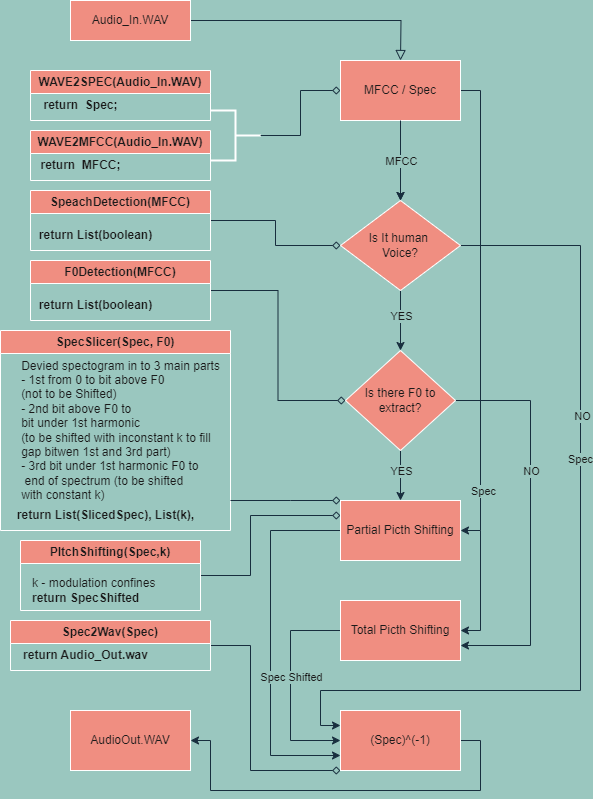
This is Architecture_Diagram.drawio.png from jkbytnar/Helium-Speech-Effect, a draw.io export, as it was before one commit. Source tidied: cells renumbered, new cells last; positions are measured from the earlier drawing's top-left corner, leaving out a move shared by most shapes.
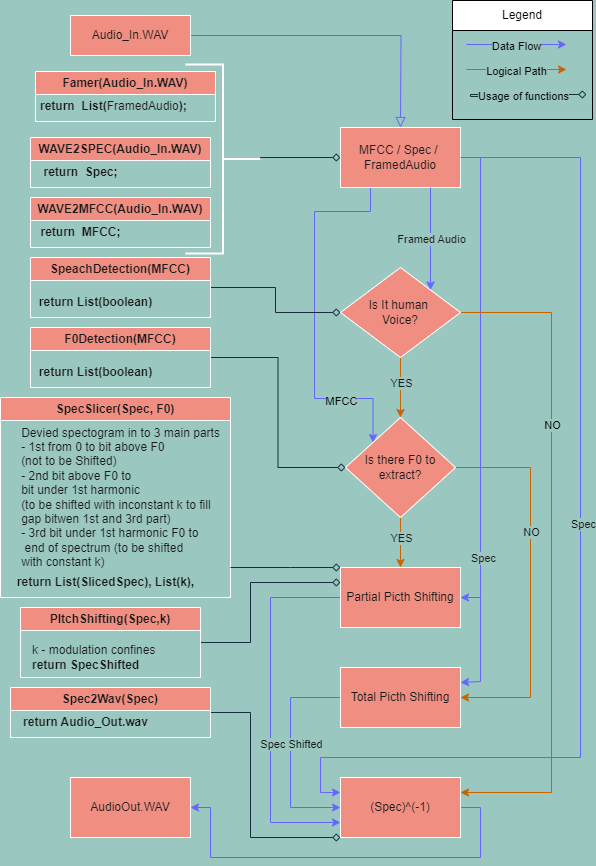
The same diagram one commit later.

Diff of the diagram source:
```diff
@@ -2,20 +2,30 @@
   <root>
     <mxCell id="0" />
     <mxCell id="1" parent="0" />
-    <mxCell id="2" style="rounded=0;html=1;jettySize=auto;fontSize=11;endArrow=block;endFill=0;endSize=8;strokeWidth=1;shadow=0;labelBackgroundColor=none;edgeStyle=orthogonalEdgeStyle;fontColor=default;strokeColor=#182E3E;" parent="1" edge="1" source="3">
+    <mxCell id="2" style="rounded=0;html=1;jettySize=auto;fontSize=11;endArrow=block;endFill=0;endSize=8;strokeWidth=1;shadow=0;labelBackgroundColor=none;edgeStyle=orthogonalEdgeStyle;fontColor=default;strokeColor=#6666FF;" parent="1" edge="1" source="3">
       <mxGeometry relative="1" as="geometry">
         <mxPoint x="400" y="60" as="targetPoint" />
       </mxGeometry>
     </mxCell>
     <mxCell id="3" value="Audio_In.WAV" style="rounded=0;whiteSpace=wrap;html=1;fontSize=12;glass=0;strokeWidth=1;shadow=0;labelBackgroundColor=none;fillColor=#F08E81;strokeColor=#FFFFFF;fontColor=#1A1A1A;" parent="1" vertex="1">
-      <mxGeometry x="70" width="120" height="40" as="geometry" />
+      <mxGeometry x="70" y="-52" width="120" height="40" as="geometry" />
     </mxCell>
-    <mxCell id="4" style="edgeStyle=orthogonalEdgeStyle;rounded=0;jettySize=auto;html=1;exitX=0.5;exitY=1;exitDx=0;exitDy=0;labelBackgroundColor=none;fontColor=default;strokeColor=#182E3E;" parent="1" edge="1" source="7">
+    <mxCell id="4" style="edgeStyle=orthogonalEdgeStyle;rounded=0;jettySize=auto;html=1;exitX=0.25;exitY=1;exitDx=0;exitDy=0;labelBackgroundColor=none;fontColor=default;strokeColor=#6666FF;entryX=0;entryY=0;entryDx=0;entryDy=0;fillColor=#f5f5f5;" parent="1" edge="1" source="7" target="29">
       <mxGeometry relative="1" as="geometry">
-        <mxPoint x="400" y="200" as="targetPoint" />
+        <Array as="points">
+          <mxPoint x="370" y="144" />
+          <mxPoint x="314" y="144" />
+          <mxPoint x="314" y="331" />
+          <mxPoint x="373" y="331" />
+        </Array>
       </mxGeometry>
     </mxCell>
+    <mxCell id="52" value="MFCC" style="edgeLabel;html=1;align=center;verticalAlign=middle;labelBackgroundColor=#9AC7BF;" parent="4" vertex="1">
+      <mxGeometry x="0.54" relative="1" as="geometry">
+        <mxPoint x="8" y="2" as="offset" />
+      </mxGeometry>
+    </mxCell>
-    <mxCell id="5" style="edgeStyle=orthogonalEdgeStyle;rounded=0;jettySize=auto;html=1;exitX=1;exitY=0.5;exitDx=0;exitDy=0;entryX=1;entryY=0.5;entryDx=0;entryDy=0;labelBackgroundColor=none;fontColor=default;strokeColor=#182E3E;" parent="1" edge="1" source="7" target="34">
+    <mxCell id="5" style="edgeStyle=orthogonalEdgeStyle;rounded=0;jettySize=auto;html=1;exitX=1;exitY=0.5;exitDx=0;exitDy=0;entryX=1;entryY=0.5;entryDx=0;entryDy=0;labelBackgroundColor=none;fontColor=default;strokeColor=#6666FF;fillColor=#f5f5f5;" parent="1" edge="1" source="7" target="34">
       <mxGeometry relative="1" as="geometry">
         <Array as="points">
           <mxPoint x="480" y="90" />
@@ -28,7 +38,7 @@
         <mxPoint y="82" as="offset" />
       </mxGeometry>
     </mxCell>
-    <mxCell id="7" value="MFCC / Spec" style="rounded=0;whiteSpace=wrap;html=1;labelBackgroundColor=none;fillColor=#F08E81;strokeColor=#FFFFFF;fontColor=#1A1A1A;" parent="1" vertex="1">
+    <mxCell id="7" value="MFCC / Spec /&amp;nbsp;&lt;br&gt;FramedAudio" style="rounded=0;whiteSpace=wrap;html=1;labelBackgroundColor=none;fillColor=#F08E81;strokeColor=#FFFFFF;fontColor=#1A1A1A;" parent="1" vertex="1">
       <mxGeometry x="340" y="60" width="120" height="60" as="geometry" />
     </mxCell>
     <mxCell id="8" value="WAVE2SPEC(Audio_In.WAV)" style="swimlane;whiteSpace=wrap;html=1;rounded=0;labelBackgroundColor=none;fillColor=#F08E81;strokeColor=#FFFFFF;fontColor=#1A1A1A;" parent="1" vertex="1">
@@ -44,12 +54,16 @@
       <mxGeometry y="20" width="100" height="30" as="geometry" />
     </mxCell>
     <mxCell id="12" style="edgeStyle=orthogonalEdgeStyle;rounded=0;jettySize=auto;html=1;exitX=0;exitY=0.5;exitDx=0;exitDy=0;exitPerimeter=0;entryX=0;entryY=0.5;entryDx=0;entryDy=0;endArrow=diamond;endFill=0;labelBackgroundColor=none;fontColor=default;strokeColor=#182E3E;" parent="1" edge="1" source="13" target="7">
-      <mxGeometry relative="1" as="geometry" />
+      <mxGeometry relative="1" as="geometry">
+        <Array as="points">
+          <mxPoint x="260" y="90" />
+        </Array>
+      </mxGeometry>
     </mxCell>
     <mxCell id="13" style="strokeWidth=2;html=1;shape=mxgraph.flowchart.annotation_2;align=left;labelPosition=right;rotation=-180;rounded=0;labelBackgroundColor=none;fillColor=#F08E81;strokeColor=#FFFFFF;fontColor=#1A1A1A;" parent="1" vertex="1">
-      <mxGeometry x="210" y="110" width="50" height="50" as="geometry" />
+      <mxGeometry x="185" y="-3" width="75" height="189" as="geometry" />
     </mxCell>
-    <mxCell id="14" style="edgeStyle=orthogonalEdgeStyle;rounded=0;jettySize=auto;html=1;exitX=0.5;exitY=1;exitDx=0;exitDy=0;entryX=0.5;entryY=0;entryDx=0;entryDy=0;labelBackgroundColor=none;fontColor=default;strokeColor=#182E3E;" parent="1" edge="1" source="19" target="29">
+    <mxCell id="14" style="edgeStyle=orthogonalEdgeStyle;rounded=0;jettySize=auto;html=1;exitX=0.5;exitY=1;exitDx=0;exitDy=0;entryX=0.5;entryY=0;entryDx=0;entryDy=0;labelBackgroundColor=none;fontColor=default;strokeColor=#C96400;" parent="1" edge="1" source="19" target="29">
       <mxGeometry relative="1" as="geometry" />
     </mxCell>
     <mxCell id="15" value="YES" style="edgeLabel;html=1;align=center;verticalAlign=middle;rounded=0;labelBackgroundColor=#9AC7BF;fontColor=#1A1A1A;" parent="14" vertex="1">
@@ -57,37 +71,39 @@
         <mxPoint x="-3" as="offset" />
       </mxGeometry>
     </mxCell>
-    <mxCell id="16" style="edgeStyle=orthogonalEdgeStyle;rounded=0;jettySize=auto;html=1;exitX=1;exitY=0.5;exitDx=0;exitDy=0;entryX=0;entryY=0.25;entryDx=0;entryDy=0;labelBackgroundColor=none;fontColor=default;strokeColor=#182E3E;" parent="1" edge="1" source="19" target="36">
+    <mxCell id="16" style="edgeStyle=orthogonalEdgeStyle;rounded=0;jettySize=auto;html=1;exitX=1;exitY=0.5;exitDx=0;exitDy=0;entryX=0;entryY=0.25;entryDx=0;entryDy=0;labelBackgroundColor=none;fontColor=default;strokeColor=#6666FF;" parent="1" edge="1" source="7" target="36">
       <mxGeometry relative="1" as="geometry">
         <Array as="points">
-          <mxPoint x="580" y="245" />
+          <mxPoint x="580" y="90" />
           <mxPoint x="580" y="690" />
           <mxPoint x="320" y="690" />
           <mxPoint x="320" y="725" />
         </Array>
       </mxGeometry>
     </mxCell>
+    <mxCell id="18" value="Spec&lt;br&gt;" style="edgeLabel;html=1;align=center;verticalAlign=middle;rounded=0;labelBackgroundColor=#9AC7BF;fontColor=#1A1A1A;" parent="16" vertex="1">
+      <mxGeometry x="0.84" y="-2" relative="1" as="geometry">
+        <mxPoint x="234" y="-232" as="offset" />
+      </mxGeometry>
+    </mxCell>
+    <mxCell id="53" style="edgeStyle=orthogonalEdgeStyle;rounded=0;jettySize=auto;html=1;exitX=1;exitY=0.5;exitDx=0;exitDy=0;strokeColor=#C96400;entryX=1;entryY=0.25;entryDx=0;entryDy=0;" parent="1" edge="1" source="19" target="36">
+      <mxGeometry relative="1" as="geometry">
+        <Array as="points">
+          <mxPoint x="551" y="245" />
+          <mxPoint x="551" y="725" />
+        </Array>
+      </mxGeometry>
+    </mxCell>
-    <mxCell id="17" value="NO" style="edgeLabel;html=1;align=center;verticalAlign=middle;rounded=0;labelBackgroundColor=#9AC7BF;fontColor=#1A1A1A;" parent="16" vertex="1">
-      <mxGeometry x="-0.33" y="1" relative="1" as="geometry">
-        <mxPoint y="-5" as="offset" />
-      </mxGeometry>
+    <mxCell id="17" value="NO" style="edgeLabel;html=1;align=center;verticalAlign=middle;labelBackgroundColor=#9AC7BF;" parent="53" vertex="1">
+      <mxGeometry x="-0.39" relative="1" as="geometry" />
     </mxCell>
-    <mxCell id="18" value="Spec&lt;br&gt;" style="edgeLabel;html=1;align=center;verticalAlign=middle;rounded=0;labelBackgroundColor=#9AC7BF;fontColor=#1A1A1A;" parent="16" vertex="1">
-      <mxGeometry x="0.84" y="-2" relative="1" as="geometry">
-        <mxPoint x="244" y="-230" as="offset" />
-      </mxGeometry>
-    </mxCell>
     <mxCell id="19" value="Is It human&amp;nbsp;&lt;br&gt;Voice?" style="rhombus;whiteSpace=wrap;html=1;rounded=0;labelBackgroundColor=none;fillColor=#F08E81;strokeColor=#FFFFFF;fontColor=#1A1A1A;" parent="1" vertex="1">
       <mxGeometry x="340" y="200" width="120" height="90" as="geometry" />
     </mxCell>
-    <mxCell id="20" style="endArrow=classic;html=1;rounded=0;exitX=0.5;exitY=1;exitDx=0;exitDy=0;entryX=0.5;entryY=0;entryDx=0;entryDy=0;labelBackgroundColor=none;fontColor=default;strokeColor=#182E3E;" parent="1" edge="1" source="7" target="19">
-      <mxGeometry relative="1" as="geometry">
-        <Array as="points">
-          <mxPoint x="400" y="170" />
-        </Array>
-      </mxGeometry>
+    <mxCell id="20" style="endArrow=classic;html=1;rounded=0;entryX=1;entryY=0;entryDx=0;entryDy=0;labelBackgroundColor=none;fontColor=default;strokeColor=#6666FF;exitX=0.75;exitY=1;exitDx=0;exitDy=0;fillColor=#f5f5f5;" parent="1" edge="1" source="7" target="19">
+      <mxGeometry relative="1" as="geometry" />
     </mxCell>
-    <mxCell id="21" value="MFCC" style="edgeLabel;html=1;align=center;verticalAlign=middle;rounded=0;labelBackgroundColor=#9AC7BF;fontColor=#1A1A1A;" parent="20" vertex="1">
+    <mxCell id="21" value="Framed Audio" style="edgeLabel;html=1;align=center;verticalAlign=middle;rounded=0;labelBackgroundColor=#9AC7BF;fontColor=#1A1A1A;" parent="20" vertex="1">
       <mxGeometry relative="1" as="geometry" />
     </mxCell>
     <mxCell id="22" style="edgeStyle=orthogonalEdgeStyle;rounded=0;jettySize=auto;html=1;exitX=1;exitY=0.5;exitDx=0;exitDy=0;entryX=0;entryY=0.5;entryDx=0;entryDy=0;endArrow=diamond;endFill=0;labelBackgroundColor=none;fontColor=default;strokeColor=#182E3E;" parent="1" edge="1" source="23" target="19">
@@ -99,7 +115,7 @@
     <mxCell id="24" value="&lt;b&gt;return List(boolean)&lt;/b&gt;" style="text;html=1;align=center;verticalAlign=middle;strokeColor=none;fillColor=none;rounded=0;labelBackgroundColor=none;fontColor=#1A1A1A;" parent="23" vertex="1">
       <mxGeometry x="-5" y="30" width="140" height="30" as="geometry" />
     </mxCell>
-    <mxCell id="25" style="edgeStyle=orthogonalEdgeStyle;rounded=0;jettySize=auto;html=1;exitX=0.5;exitY=1;exitDx=0;exitDy=0;entryX=0.5;entryY=0;entryDx=0;entryDy=0;labelBackgroundColor=none;fontColor=default;strokeColor=#182E3E;" parent="1" edge="1" source="29" target="34">
+    <mxCell id="25" style="edgeStyle=orthogonalEdgeStyle;rounded=0;jettySize=auto;html=1;exitX=0.5;exitY=1;exitDx=0;exitDy=0;entryX=0.5;entryY=0;entryDx=0;entryDy=0;labelBackgroundColor=none;fontColor=default;strokeColor=#C96400;" parent="1" edge="1" source="29" target="34">
       <mxGeometry relative="1" as="geometry" />
     </mxCell>
     <mxCell id="26" value="YES&lt;br&gt;" style="edgeLabel;html=1;align=center;verticalAlign=middle;rounded=0;labelBackgroundColor=#9AC7BF;fontColor=#1A1A1A;" parent="25" vertex="1">
@@ -107,11 +123,11 @@
         <mxPoint x="3" y="10" as="offset" />
       </mxGeometry>
     </mxCell>
-    <mxCell id="27" style="edgeStyle=orthogonalEdgeStyle;rounded=0;jettySize=auto;html=1;exitX=1;exitY=0.5;exitDx=0;exitDy=0;entryX=1;entryY=0.75;entryDx=0;entryDy=0;labelBackgroundColor=none;fontColor=default;strokeColor=#182E3E;" parent="1" edge="1" source="29" target="46">
+    <mxCell id="27" style="edgeStyle=orthogonalEdgeStyle;rounded=0;jettySize=auto;html=1;exitX=1;exitY=0.5;exitDx=0;exitDy=0;labelBackgroundColor=none;fontColor=default;strokeColor=#C96400;entryX=1;entryY=0.5;entryDx=0;entryDy=0;" parent="1" edge="1" source="29" target="46">
       <mxGeometry relative="1" as="geometry">
         <Array as="points">
           <mxPoint x="530" y="400" />
-          <mxPoint x="530" y="645" />
+          <mxPoint x="530" y="630" />
         </Array>
       </mxGeometry>
     </mxCell>
@@ -132,7 +148,7 @@
     <mxCell id="32" value="&lt;b&gt;return List(boolean)&lt;/b&gt;" style="text;html=1;align=center;verticalAlign=middle;strokeColor=none;fillColor=none;rounded=0;labelBackgroundColor=none;fontColor=#1A1A1A;" parent="31" vertex="1">
       <mxGeometry x="-5" y="30" width="140" height="30" as="geometry" />
     </mxCell>
-    <mxCell id="33" style="edgeStyle=orthogonalEdgeStyle;rounded=0;jettySize=auto;html=1;exitX=0;exitY=0.5;exitDx=0;exitDy=0;entryX=0;entryY=0.75;entryDx=0;entryDy=0;labelBackgroundColor=none;fontColor=default;strokeColor=#182E3E;" parent="1" edge="1" source="34" target="36">
+    <mxCell id="33" style="edgeStyle=orthogonalEdgeStyle;rounded=0;jettySize=auto;html=1;exitX=0;exitY=0.5;exitDx=0;exitDy=0;entryX=0;entryY=0.75;entryDx=0;entryDy=0;labelBackgroundColor=none;fontColor=default;strokeColor=#6666FF;" parent="1" edge="1" source="34" target="36">
       <mxGeometry relative="1" as="geometry">
         <Array as="points">
           <mxPoint x="270" y="530" />
@@ -143,7 +159,7 @@
     <mxCell id="34" value="Partial Picth Shifting" style="rounded=0;whiteSpace=wrap;html=1;labelBackgroundColor=none;fillColor=#F08E81;strokeColor=#FFFFFF;fontColor=#1A1A1A;" parent="1" vertex="1">
       <mxGeometry x="340" y="500" width="120" height="60" as="geometry" />
     </mxCell>
-    <mxCell id="35" style="edgeStyle=orthogonalEdgeStyle;rounded=0;jettySize=auto;html=1;exitX=1;exitY=0.5;exitDx=0;exitDy=0;entryX=1;entryY=0.5;entryDx=0;entryDy=0;labelBackgroundColor=none;fontColor=default;strokeColor=#182E3E;" parent="1" edge="1" source="36" target="47">
+    <mxCell id="35" style="edgeStyle=orthogonalEdgeStyle;rounded=0;jettySize=auto;html=1;exitX=1;exitY=0.5;exitDx=0;exitDy=0;entryX=1;entryY=0.5;entryDx=0;entryDy=0;labelBackgroundColor=none;fontColor=default;strokeColor=#6666FF;" parent="1" edge="1" source="36" target="47">
       <mxGeometry relative="1" as="geometry">
         <Array as="points">
           <mxPoint x="480" y="740" />
@@ -179,15 +195,15 @@
     <mxCell id="42" value="&lt;div style=&quot;text-align: left;&quot;&gt;&lt;span style=&quot;background-color: initial;&quot;&gt;Devied spectogram in to 3 main parts&lt;/span&gt;&lt;/div&gt;&lt;div style=&quot;text-align: left;&quot;&gt;&lt;span style=&quot;background-color: initial;&quot;&gt;- 1st from 0 to bit above F0&lt;/span&gt;&lt;/div&gt;&lt;div style=&quot;text-align: left;&quot;&gt;&lt;span style=&quot;background-color: initial;&quot;&gt;(not to be Shifted)&lt;/span&gt;&lt;/div&gt;&lt;div style=&quot;text-align: left;&quot;&gt;&lt;span style=&quot;background-color: initial;&quot;&gt;- 2nd bit above F0 to&amp;nbsp;&lt;/span&gt;&lt;/div&gt;&lt;div style=&quot;text-align: left;&quot;&gt;&lt;span style=&quot;background-color: initial;&quot;&gt;bit under 1st harmonic&lt;/span&gt;&lt;/div&gt;&lt;div style=&quot;text-align: left;&quot;&gt;&lt;span style=&quot;background-color: initial;&quot;&gt;(to be shifted with inconstant k to fill&amp;nbsp;&lt;/span&gt;&lt;/div&gt;&lt;div style=&quot;text-align: left;&quot;&gt;&lt;span style=&quot;background-color: initial;&quot;&gt;gap bitwen 1st and 3rd part)&lt;/span&gt;&lt;/div&gt;&lt;div style=&quot;text-align: left;&quot;&gt;&lt;span style=&quot;background-color: initial;&quot;&gt;- 3rd bit under 1st harmonic F0 to&lt;/span&gt;&lt;/div&gt;&lt;div style=&quot;text-align: left;&quot;&gt;&lt;span style=&quot;background-color: initial;&quot;&gt;&amp;nbsp;end of spectrum (to be shifted&amp;nbsp;&lt;/span&gt;&lt;/div&gt;&lt;div style=&quot;text-align: left;&quot;&gt;&lt;span style=&quot;background-color: initial;&quot;&gt;with constant k)&lt;/span&gt;&lt;/div&gt;" style="text;html=1;align=center;verticalAlign=middle;points=[];strokeColor=none;fillColor=none;rounded=0;labelBackgroundColor=none;fontColor=#1A1A1A;" parent="40" vertex="1">
       <mxGeometry x="10" y="20" width="220" height="160" as="geometry" />
     </mxCell>
-    <mxCell id="43" style="edgeStyle=orthogonalEdgeStyle;rounded=0;jettySize=auto;html=1;entryX=1;entryY=0.5;entryDx=0;entryDy=0;labelBackgroundColor=none;fontColor=default;strokeColor=#182E3E;" parent="1" edge="1" target="46">
+    <mxCell id="43" style="edgeStyle=orthogonalEdgeStyle;rounded=0;jettySize=auto;html=1;entryX=1;entryY=0.25;entryDx=0;entryDy=0;labelBackgroundColor=none;fontColor=default;strokeColor=#6666FF;fillColor=#f5f5f5;" parent="1" edge="1" target="46">
       <mxGeometry relative="1" as="geometry">
         <mxPoint x="480" y="530" as="sourcePoint" />
         <Array as="points">
-          <mxPoint x="480" y="630" />
+          <mxPoint x="480" y="614" />
         </Array>
       </mxGeometry>
     </mxCell>
-    <mxCell id="44" style="edgeStyle=orthogonalEdgeStyle;rounded=0;jettySize=auto;html=1;exitX=0;exitY=0.5;exitDx=0;exitDy=0;entryX=0;entryY=0.5;entryDx=0;entryDy=0;labelBackgroundColor=none;fontColor=default;strokeColor=#182E3E;" parent="1" edge="1" source="46" target="36">
+    <mxCell id="44" style="edgeStyle=orthogonalEdgeStyle;rounded=0;jettySize=auto;html=1;exitX=0;exitY=0.5;exitDx=0;exitDy=0;entryX=0;entryY=0.5;entryDx=0;entryDy=0;labelBackgroundColor=none;fontColor=default;strokeColor=#6666FF;" parent="1" edge="1" source="46" target="36">
       <mxGeometry relative="1" as="geometry">
         <Array as="points">
           <mxPoint x="290" y="630" />
@@ -228,5 +244,51 @@
         </Array>
       </mxGeometry>
     </mxCell>
+    <mxCell id="54" value="Famer(Audio_In.WAV)" style="swimlane;whiteSpace=wrap;html=1;rounded=0;labelBackgroundColor=none;fillColor=#F08E81;strokeColor=#FFFFFF;fontColor=#1A1A1A;" parent="1" vertex="1">
+      <mxGeometry x="35" y="4" width="180" height="50" as="geometry" />
+    </mxCell>
+    <mxCell id="55" value="&lt;b&gt;return&amp;nbsp; List(&lt;/b&gt;FramedAudio&lt;b&gt;);&lt;/b&gt;" style="text;html=1;align=left;verticalAlign=middle;strokeColor=none;fillColor=none;rounded=0;labelBackgroundColor=none;fontColor=#1A1A1A;" parent="54" vertex="1">
+      <mxGeometry x="2.5" y="22" width="165" height="26" as="geometry" />
+    </mxCell>
+    <mxCell id="56" value="Legend" style="swimlane;fontStyle=0;horizontal=1;startSize=30;whiteSpace=wrap;html=1;" parent="1" vertex="1">
+      <mxGeometry x="452" y="-67" width="140" height="119" as="geometry" />
+    </mxCell>
+    <mxCell id="57" style="endArrow=classic;html=1;rounded=0;strokeColor=#6666FF;" parent="56" edge="1">
+      <mxGeometry relative="1" as="geometry">
+        <mxPoint x="14" y="44" as="sourcePoint" />
+        <mxPoint x="114" y="44" as="targetPoint" />
+      </mxGeometry>
+    </mxCell>
+    <mxCell id="58" value="Data Flow" style="edgeLabel;html=1;align=center;verticalAlign=middle;labelBackgroundColor=#9AC7BF;" parent="57" vertex="1">
+      <mxGeometry x="0.03" relative="1" as="geometry">
+        <mxPoint x="-2" y="1" as="offset" />
+      </mxGeometry>
+    </mxCell>
+    <mxCell id="59" style="endArrow=classic;html=1;rounded=0;strokeColor=#C96400;" parent="56" edge="1">
+      <mxGeometry relative="1" as="geometry">
+        <mxPoint x="14" y="69" as="sourcePoint" />
+        <mxPoint x="114" y="69" as="targetPoint" />
+      </mxGeometry>
+    </mxCell>
+    <mxCell id="60" value="Logical Path" style="edgeLabel;html=1;align=center;verticalAlign=middle;labelBackgroundColor=#9AC7BF;" parent="59" vertex="1">
+      <mxGeometry x="0.03" relative="1" as="geometry">
+        <mxPoint x="-2" y="1" as="offset" />
+      </mxGeometry>
+    </mxCell>
+    <mxCell id="61" style="edgeStyle=orthogonalEdgeStyle;rounded=0;orthogonalLoop=1;jettySize=auto;html=1;exitX=0;exitY=0.5;exitDx=0;exitDy=0;exitPerimeter=0;endArrow=diamond;endFill=0;labelBackgroundColor=none;fontColor=default;strokeColor=#182E3E;" parent="56" edge="1">
+      <mxGeometry relative="1" as="geometry">
+        <mxPoint x="33" y="96" as="sourcePoint" />
+        <mxPoint x="134" y="94" as="targetPoint" />
+        <Array as="points">
+          <mxPoint x="18" y="96" />
+          <mxPoint x="18" y="94" />
+        </Array>
+      </mxGeometry>
+    </mxCell>
+    <mxCell id="62" value="Usage of functions" style="edgeLabel;html=1;align=center;verticalAlign=middle;labelBackgroundColor=#9AC7BF;" parent="61" vertex="1">
+      <mxGeometry x="-0.2" y="-3" relative="1" as="geometry">
+        <mxPoint x="16" y="-2" as="offset" />
+      </mxGeometry>
+    </mxCell>
   </root>
 </mxGraphModel>
```
